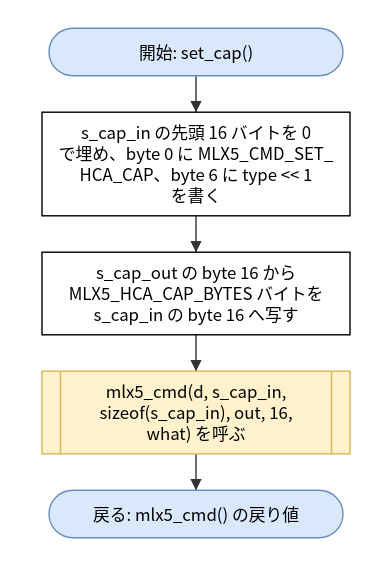
hf355051012-ai/bfmem keeps this draw.io diagram as doc/spec/images/flow_src_mlx5_hca-set_cap.drawio.svg. Above is the earlier version. Source tidied: cells renumbered, new cells last; positions are measured from the earlier drawing's top-left corner, leaving out a move shared by most shapes.
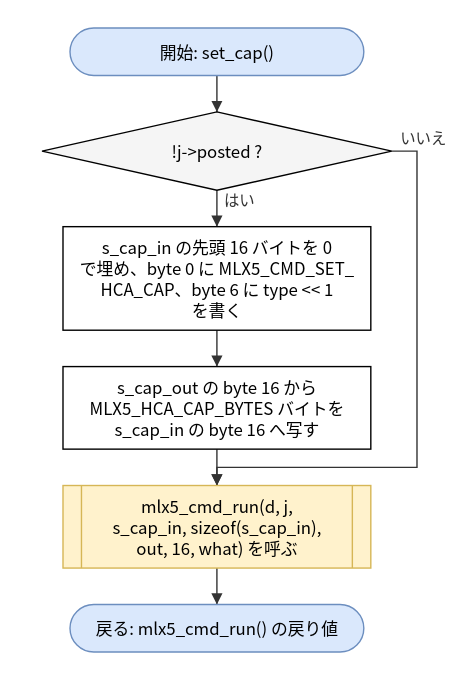
The same diagram one commit later.

Change to the diagram source:
```diff
@@ -3,24 +3,27 @@
     <mxCell id="0" />
     <mxCell id="1" parent="0" />
     <mxCell id="2" value="開始: set_cap()" style="rounded=1;arcSize=50;whiteSpace=wrap;html=1;fillColor=#dae8fc;strokeColor=#6c8ebf;" parent="1" vertex="1">
-      <mxGeometry x="5" width="210" height="34" as="geometry" />
+      <mxGeometry x="20" width="210" height="34" as="geometry" />
     </mxCell>
-    <mxCell id="3" value="s_cap_in の先頭 16 バイトを 0&lt;br&gt;で埋め、byte 0 に MLX5_CMD_SET_&lt;br&gt;HCA_CAP、byte 6 に type &amp;lt;&amp;lt; 1&lt;br&gt;を書く" style="rounded=0;whiteSpace=wrap;html=1;" parent="1" vertex="1">
-      <mxGeometry y="60" width="220" height="74" as="geometry" />
+    <mxCell id="3" value="!j-&amp;gt;posted ?" style="rhombus;whiteSpace=wrap;html=1;fillColor=#f5f5f5;" parent="1" vertex="1">
+      <mxGeometry y="60" width="250" height="56" as="geometry" />
     </mxCell>
-    <mxCell id="4" value="s_cap_out の byte 16 から&lt;br&gt;MLX5_HCA_CAP_BYTES バイトを&lt;br&gt;s_cap_in の byte 16 へ写す" style="rounded=0;whiteSpace=wrap;html=1;" parent="1" vertex="1">
-      <mxGeometry y="160" width="220" height="59" as="geometry" />
+    <mxCell id="4" value="s_cap_in の先頭 16 バイトを 0&lt;br&gt;で埋め、byte 0 に MLX5_CMD_SET_&lt;br&gt;HCA_CAP、byte 6 に type &amp;lt;&amp;lt; 1&lt;br&gt;を書く" style="rounded=0;whiteSpace=wrap;html=1;" parent="1" vertex="1">
+      <mxGeometry x="15" y="142" width="220" height="74" as="geometry" />
     </mxCell>
-    <mxCell id="5" value="mlx5_cmd(d, s_cap_in,&lt;br&gt;sizeof(s_cap_in), out, 16,&lt;br&gt;what) を呼ぶ" style="shape=process;whiteSpace=wrap;html=1;backgroundOutline=1;size=0.06;fillColor=#fff2cc;strokeColor=#d6b656;" parent="1" vertex="1">
-      <mxGeometry y="245" width="220" height="59" as="geometry" />
+    <mxCell id="5" value="s_cap_out の byte 16 から&lt;br&gt;MLX5_HCA_CAP_BYTES バイトを&lt;br&gt;s_cap_in の byte 16 へ写す" style="rounded=0;whiteSpace=wrap;html=1;" parent="1" vertex="1">
+      <mxGeometry x="15" y="242" width="220" height="59" as="geometry" />
     </mxCell>
-    <mxCell id="6" value="戻る: mlx5_cmd() の戻り値" style="rounded=1;arcSize=50;whiteSpace=wrap;html=1;fillColor=#dae8fc;strokeColor=#6c8ebf;" parent="1" vertex="1">
-      <mxGeometry x="5" y="330" width="210" height="34" as="geometry" />
+    <mxCell id="6" value="mlx5_cmd_run(d, j,&lt;br&gt;s_cap_in, sizeof(s_cap_in),&lt;br&gt;out, 16, what) を呼ぶ" style="shape=process;whiteSpace=wrap;html=1;backgroundOutline=1;size=0.06;fillColor=#fff2cc;strokeColor=#d6b656;" parent="1" vertex="1">
+      <mxGeometry x="15" y="327" width="220" height="59" as="geometry" />
     </mxCell>
+    <mxCell id="11" value="戻る: mlx5_cmd_run() の戻り値" style="rounded=1;arcSize=50;whiteSpace=wrap;html=1;fillColor=#dae8fc;strokeColor=#6c8ebf;" parent="1" vertex="1">
+      <mxGeometry x="20" y="412" width="210" height="34" as="geometry" />
+    </mxCell>
     <mxCell id="7" style="edgeStyle=none;html=1;rounded=0;endArrow=block;endFill=1;exitX=0.5000;exitY=1.0000;exitDx=0;exitDy=0;exitPerimeter=0;entryX=0.5000;entryY=0.0000;entryDx=0;entryDy=0;entryPerimeter=0;" parent="1" edge="1" source="2" target="3">
       <mxGeometry relative="1" as="geometry" />
     </mxCell>
-    <mxCell id="8" style="edgeStyle=none;html=1;rounded=0;endArrow=block;endFill=1;exitX=0.5000;exitY=1.0000;exitDx=0;exitDy=0;exitPerimeter=0;entryX=0.5000;entryY=0.0000;entryDx=0;entryDy=0;entryPerimeter=0;" parent="1" edge="1" source="3" target="4">
+    <mxCell id="8" value="はい" style="edgeStyle=none;html=1;rounded=0;endArrow=block;endFill=1;exitX=0.5000;exitY=1.0000;exitDx=0;exitDy=0;exitPerimeter=0;entryX=0.5000;entryY=0.0000;entryDx=0;entryDy=0;entryPerimeter=0;" parent="1" edge="1" source="3" target="4">
       <mxGeometry relative="1" as="geometry" />
     </mxCell>
     <mxCell id="9" style="edgeStyle=none;html=1;rounded=0;endArrow=block;endFill=1;exitX=0.5000;exitY=1.0000;exitDx=0;exitDy=0;exitPerimeter=0;entryX=0.5000;entryY=0.0000;entryDx=0;entryDy=0;entryPerimeter=0;" parent="1" edge="1" source="4" target="5">
@@ -29,5 +32,17 @@
     <mxCell id="10" style="edgeStyle=none;html=1;rounded=0;endArrow=block;endFill=1;exitX=0.5000;exitY=1.0000;exitDx=0;exitDy=0;exitPerimeter=0;entryX=0.5000;entryY=0.0000;entryDx=0;entryDy=0;entryPerimeter=0;" parent="1" edge="1" source="5" target="6">
       <mxGeometry relative="1" as="geometry" />
     </mxCell>
+    <mxCell id="12" value="いいえ" style="edgeStyle=none;html=1;rounded=0;endArrow=block;endFill=1;exitX=1.0000;exitY=0.5000;exitDx=0;exitDy=0;exitPerimeter=0;entryX=0.5000;entryY=0.0000;entryDx=0;entryDy=0;entryPerimeter=0;" parent="1" edge="1" source="3" target="6">
+      <mxGeometry relative="1" as="geometry">
+        <Array as="points">
+          <mxPoint x="268" y="88" />
+          <mxPoint x="268" y="314" />
+          <mxPoint x="125" y="314" />
+        </Array>
+      </mxGeometry>
+    </mxCell>
+    <mxCell id="13" style="edgeStyle=none;html=1;rounded=0;endArrow=block;endFill=1;exitX=0.5000;exitY=1.0000;exitDx=0;exitDy=0;exitPerimeter=0;entryX=0.5000;entryY=0.0000;entryDx=0;entryDy=0;entryPerimeter=0;" parent="1" edge="1" source="6" target="11">
+      <mxGeometry relative="1" as="geometry" />
+    </mxCell>
   </root>
 </mxGraphModel>
```
